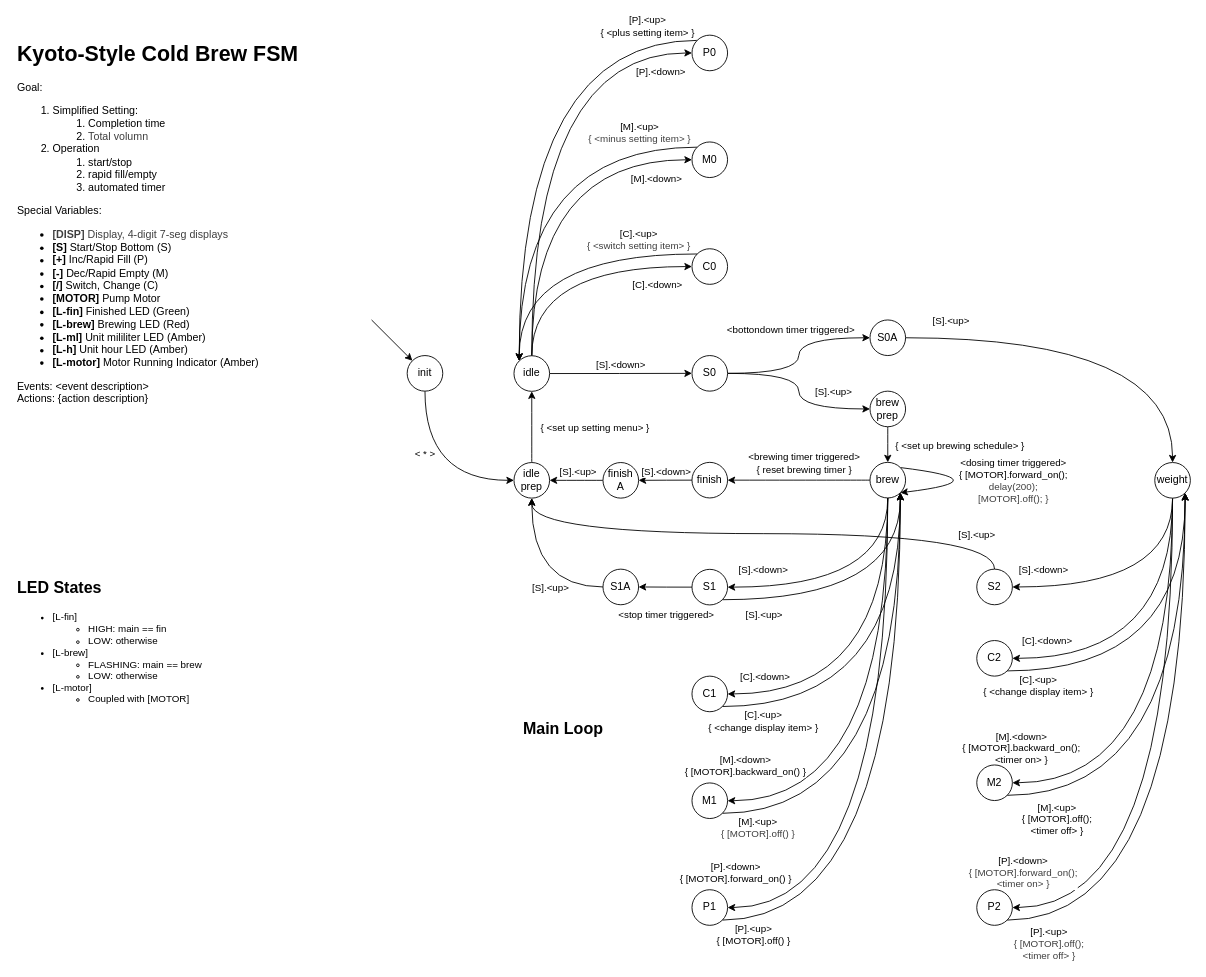
The draw.io diagram KSCB-Code-Diagram/fsm.drawio in Nightingale-LZH/KSCB-Coffee, before the edit. Source tidied: cells renumbered, new cells numbered last; positions are measured from the earlier drawing's top-left corner, leaving out a move shared by most shapes. Both pictures are drawn from the tidied source at 89%, with x=0, y=0 at pixel (15, 35).
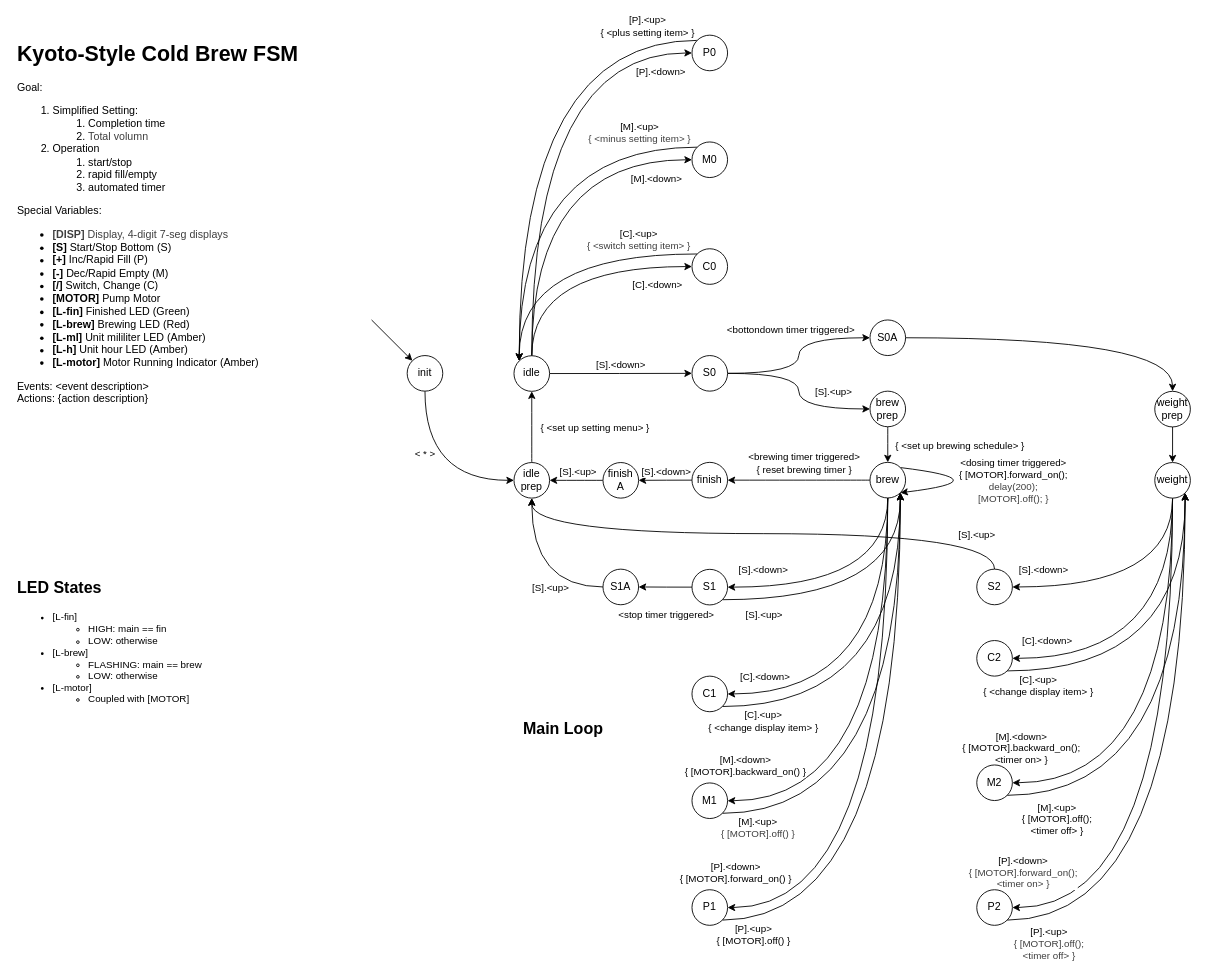
The same page after the edit.

Unchanged cells that the change refers to:
```xml
<mxCell id="73" value="S0A" style="ellipse;whiteSpace=wrap;html=1;" parent="1" vertex="1">
  <mxGeometry x="960" y="320" width="40" height="40" as="geometry" />
</mxCell>
<mxCell id="82" value="weight" style="ellipse;whiteSpace=wrap;html=1;" parent="1" vertex="1">
  <mxGeometry x="1280" y="480.2" width="40" height="40" as="geometry" />
</mxCell>
```

Change to the diagram source:
```diff
@@
-    <mxCell id="71" style="edgeStyle=orthogonalEdgeStyle;shape=connector;curved=1;rounded=1;html=1;exitX=1;exitY=0.5;exitDx=0;exitDy=0;entryX=0.5;entryY=0;entryDx=0;entryDy=0;strokeColor=default;align=center;verticalAlign=middle;fontFamily=Helvetica;fontSize=11;fontColor=default;labelBackgroundColor=default;endArrow=classic;" parent="1" edge="1" source="73" target="82">
-      <mxGeometry relative="1" as="geometry" />
-    </mxCell>
-    <mxCell id="72" value="[S].&amp;lt;up&amp;gt;" style="edgeLabel;html=1;align=center;verticalAlign=middle;fontFamily=Helvetica;fontSize=11;fontColor=default;labelBackgroundColor=default;" parent="71" vertex="1">
-      <mxGeometry x="-0.22" y="-38" relative="1" as="geometry">
-        <mxPoint x="-122" y="-58" as="offset" />
-      </mxGeometry>
-    </mxCell>
+    <mxCell id="98" style="edgeStyle=orthogonalEdgeStyle;html=1;exitX=1;exitY=0.5;exitDx=0;exitDy=0;entryX=0.5;entryY=0;entryDx=0;entryDy=0;curved=1;" parent="1" edge="1" source="73" target="100">
+      <mxGeometry relative="1" as="geometry" />
+    </mxCell>
@@
+    <mxCell id="99" style="edgeStyle=none;html=1;exitX=0.5;exitY=1;exitDx=0;exitDy=0;entryX=0.5;entryY=0;entryDx=0;entryDy=0;" parent="1" edge="1" source="100" target="82">
+      <mxGeometry relative="1" as="geometry" />
+    </mxCell>
+    <mxCell id="100" value="weight&lt;br&gt;&lt;div&gt;prep&lt;/div&gt;" style="ellipse;whiteSpace=wrap;html=1;" parent="1" vertex="1">
+      <mxGeometry x="1280" y="400.2" width="40" height="40" as="geometry" />
+    </mxCell>
```
